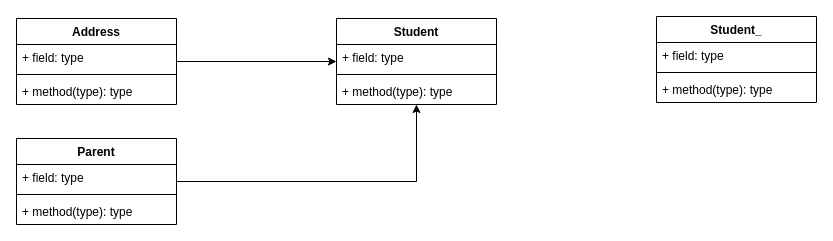
This is page "Page-2" (2 of 2) of Untitled Diagram.drawio from Global-HuntersTech/django-react-boilerplate, a draw.io file, before an edit. Source tidied: cells renumbered, new cells numbered last; positions are measured from the earlier drawing's top-left corner, leaving out a move shared by most shapes. Both pictures are drawn from the tidied source at 100%, with x=0, y=0 at pixel (16, 16).
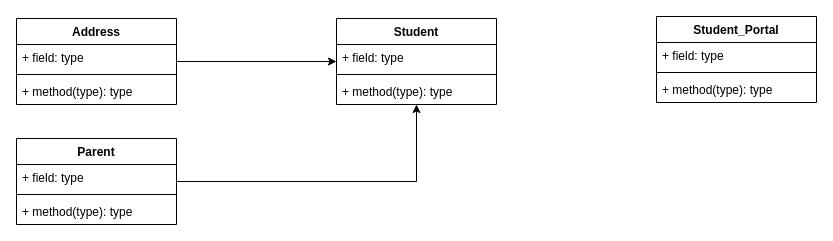
The same diagram, later.

What changed in the source:
```diff
@@
 <mxGraphModel>
   <root>
     <mxCell id="0" />
     <mxCell id="1" parent="0" />
     <mxCell id="2" value="Student" style="swimlane;fontStyle=1;align=center;verticalAlign=top;horizontal=1;startSize=26;" parent="1" vertex="1">
       <mxGeometry x="320" y="2" width="160" height="86" as="geometry" />
     </mxCell>
     <mxCell id="3" value="+ field: type" style="text;strokeColor=none;fillColor=none;align=left;verticalAlign=top;spacingLeft=4;spacingRight=4;overflow=hidden;" parent="2" vertex="1">
       <mxGeometry y="26" width="160" height="26" as="geometry" />
     </mxCell>
     <mxCell id="4" style="line;strokeWidth=1;fillColor=none;align=left;verticalAlign=middle;spacingTop=-1;spacingLeft=3;spacingRight=3;labelPosition=right;" parent="2" vertex="1">
       <mxGeometry y="52" width="160" height="8" as="geometry" />
     </mxCell>
     <mxCell id="5" value="+ method(type): type" style="text;strokeColor=none;fillColor=none;align=left;verticalAlign=top;spacingLeft=4;spacingRight=4;overflow=hidden;" parent="2" vertex="1">
       <mxGeometry y="60" width="160" height="26" as="geometry" />
     </mxCell>
     <mxCell id="6" style="edgeStyle=orthogonalEdgeStyle;rounded=0;jettySize=auto;html=1;" parent="1" edge="1" source="7" target="2">
       <mxGeometry relative="1" as="geometry" />
     </mxCell>
     <mxCell id="7" value="Address" style="swimlane;fontStyle=1;align=center;verticalAlign=top;horizontal=1;startSize=26;" parent="1" vertex="1">
       <mxGeometry y="2" width="160" height="86" as="geometry" />
     </mxCell>
     <mxCell id="8" value="+ field: type" style="text;strokeColor=none;fillColor=none;align=left;verticalAlign=top;spacingLeft=4;spacingRight=4;overflow=hidden;" parent="7" vertex="1">
       <mxGeometry y="26" width="160" height="26" as="geometry" />
     </mxCell>
     <mxCell id="9" style="line;strokeWidth=1;fillColor=none;align=left;verticalAlign=middle;spacingTop=-1;spacingLeft=3;spacingRight=3;labelPosition=right;" parent="7" vertex="1">
       <mxGeometry y="52" width="160" height="8" as="geometry" />
     </mxCell>
     <mxCell id="10" value="+ method(type): type" style="text;strokeColor=none;fillColor=none;align=left;verticalAlign=top;spacingLeft=4;spacingRight=4;overflow=hidden;" parent="7" vertex="1">
       <mxGeometry y="60" width="160" height="26" as="geometry" />
     </mxCell>
     <mxCell id="11" style="edgeStyle=orthogonalEdgeStyle;rounded=0;jettySize=auto;html=1;" parent="1" edge="1" source="12" target="2">
       <mxGeometry relative="1" as="geometry" />
     </mxCell>
     <mxCell id="12" value="Parent" style="swimlane;fontStyle=1;align=center;verticalAlign=top;horizontal=1;startSize=26;" parent="1" vertex="1">
       <mxGeometry y="122" width="160" height="86" as="geometry" />
     </mxCell>
     <mxCell id="13" value="+ field: type" style="text;strokeColor=none;fillColor=none;align=left;verticalAlign=top;spacingLeft=4;spacingRight=4;overflow=hidden;" parent="12" vertex="1">
       <mxGeometry y="26" width="160" height="26" as="geometry" />
     </mxCell>
     <mxCell id="14" style="line;strokeWidth=1;fillColor=none;align=left;verticalAlign=middle;spacingTop=-1;spacingLeft=3;spacingRight=3;labelPosition=right;" parent="12" vertex="1">
       <mxGeometry y="52" width="160" height="8" as="geometry" />
     </mxCell>
     <mxCell id="15" value="+ method(type): type" style="text;strokeColor=none;fillColor=none;align=left;verticalAlign=top;spacingLeft=4;spacingRight=4;overflow=hidden;" parent="12" vertex="1">
       <mxGeometry y="60" width="160" height="26" as="geometry" />
     </mxCell>
-    <mxCell id="16" value="Student_" style="swimlane;fontStyle=1;align=center;verticalAlign=top;horizontal=1;startSize=26;" parent="1" vertex="1">
+    <mxCell id="16" value="Student_Portal" style="swimlane;fontStyle=1;align=center;verticalAlign=top;horizontal=1;startSize=26;" parent="1" vertex="1">
       <mxGeometry x="640" width="160" height="86" as="geometry" />
     </mxCell>
     <mxCell id="17" value="+ field: type" style="text;strokeColor=none;fillColor=none;align=left;verticalAlign=top;spacingLeft=4;spacingRight=4;overflow=hidden;" parent="16" vertex="1">
       <mxGeometry y="26" width="160" height="26" as="geometry" />
     </mxCell>
     <mxCell id="18" style="line;strokeWidth=1;fillColor=none;align=left;verticalAlign=middle;spacingTop=-1;spacingLeft=3;spacingRight=3;labelPosition=right;" parent="16" vertex="1">
       <mxGeometry y="52" width="160" height="8" as="geometry" />
     </mxCell>
     <mxCell id="19" value="+ method(type): type" style="text;strokeColor=none;fillColor=none;align=left;verticalAlign=top;spacingLeft=4;spacingRight=4;overflow=hidden;" parent="16" vertex="1">
       <mxGeometry y="60" width="160" height="26" as="geometry" />
     </mxCell>
   </root>
 </mxGraphModel>
```
